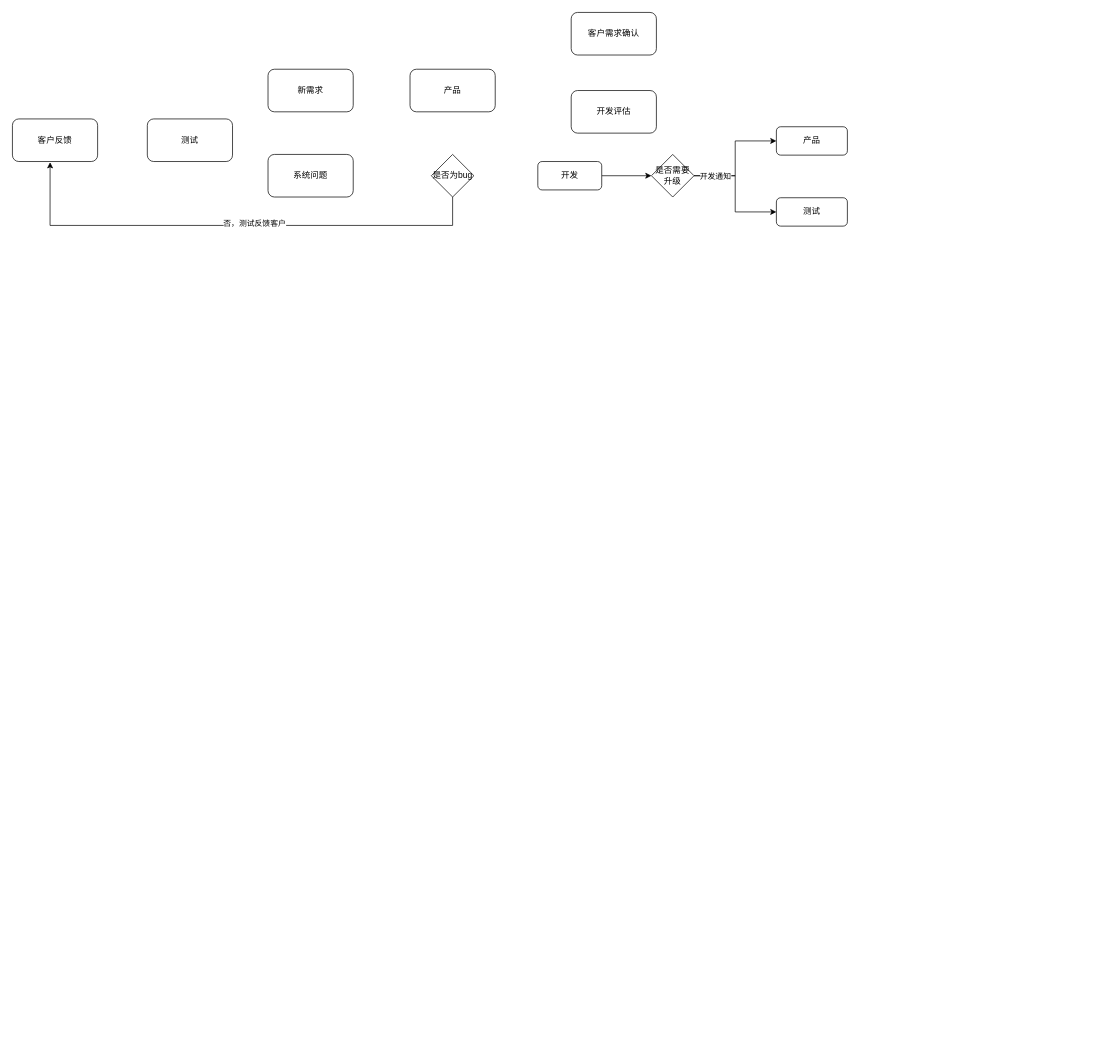
Before: 蕴业生产问题处理流程.drawio in ammengke/my-drawio, a draw.io diagram. Source tidied: cells renumbered, new cells numbered last; positions are measured from the earlier drawing's top-left corner, leaving out a move shared by most shapes. Both pictures are drawn from the tidied source at 71%, with x=0, y=0 at pixel (12, 12).
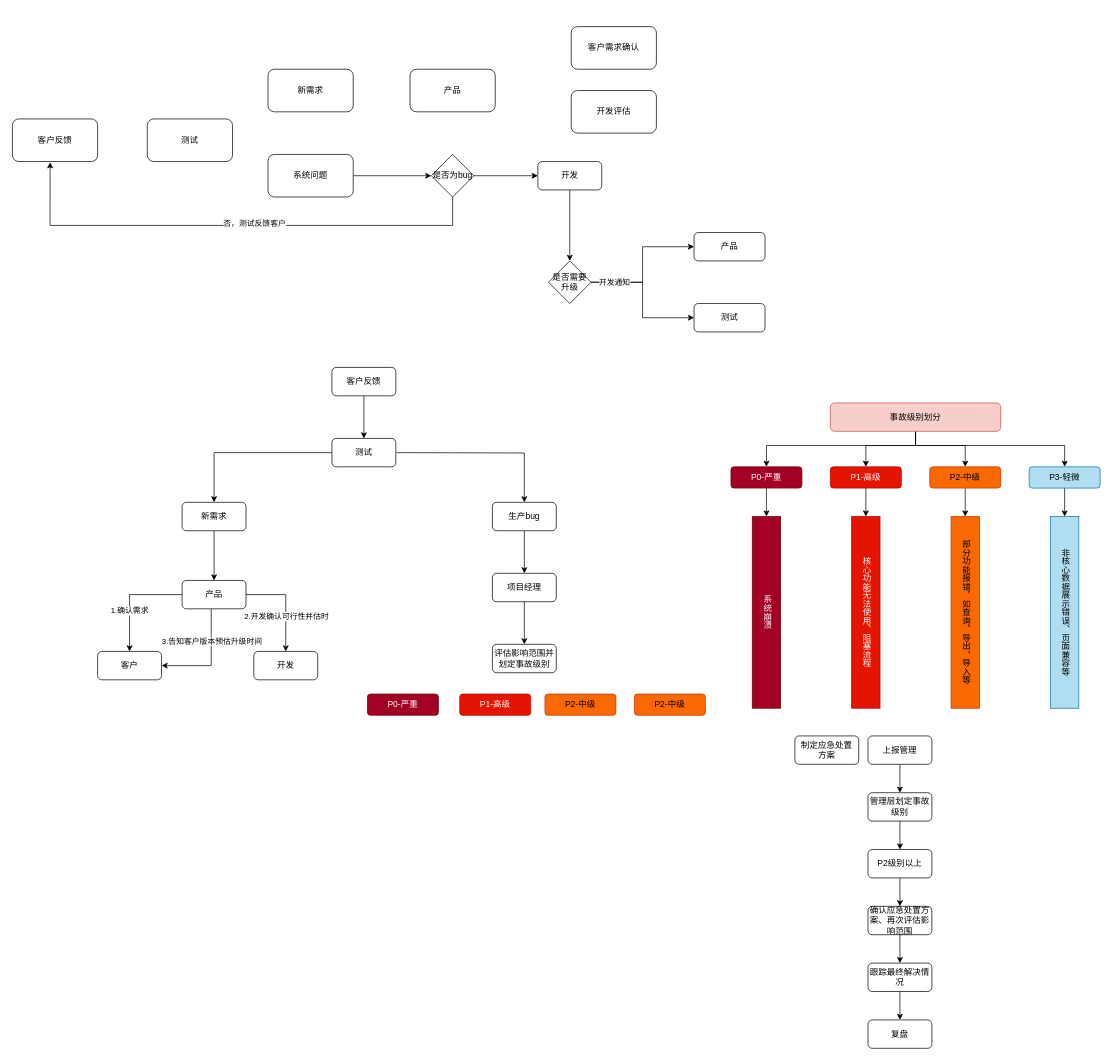
The same page after the edit.

Commit message (it also covers changes not shown here):
更新蕴业生产问题处理流程.drawio

The change refers to these unchanged cells:
```xml
<mxCell id="5" value="系统问题" style="rounded=1;whiteSpace=wrap;html=1;" parent="1" vertex="1">
  <mxGeometry x="360" y="200" width="120" height="60" as="geometry" />
</mxCell>
<mxCell id="9" value="是否为bug" style="rhombus;whiteSpace=wrap;html=1;" parent="1" vertex="1">
  <mxGeometry x="590" y="200" width="60" height="60" as="geometry" />
</mxCell>
<mxCell id="11" value="开发" style="rounded=1;whiteSpace=wrap;html=1;" parent="1" vertex="1">
  <mxGeometry x="740" y="210" width="90" height="40" as="geometry" />
</mxCell>
```

The edit, as a diff of the source:
```diff
@@
+    <mxCell id="20" style="edgeStyle=orthogonalEdgeStyle;rounded=0;jettySize=auto;html=1;entryX=0;entryY=0.5;entryDx=0;entryDy=0;" parent="1" edge="1" source="5" target="9">
+      <mxGeometry relative="1" as="geometry" />
+    </mxCell>
@@
     <mxCell id="7" value="客户需求确认" style="rounded=1;whiteSpace=wrap;html=1;" parent="1" vertex="1">
-      <mxGeometry x="787" width="120" height="60" as="geometry" />
+      <mxGeometry x="787" y="20" width="120" height="60" as="geometry" />
     </mxCell>
@@
+    <mxCell id="21" style="edgeStyle=orthogonalEdgeStyle;rounded=0;jettySize=auto;html=1;" parent="1" edge="1" source="9" target="11">
+      <mxGeometry relative="1" as="geometry" />
+    </mxCell>
@@
-    <mxCell id="10" style="edgeStyle=orthogonalEdgeStyle;rounded=0;jettySize=auto;html=1;entryX=0;entryY=0.5;entryDx=0;entryDy=0;" parent="1" edge="1" source="11" target="17">
+    <mxCell id="10" style="edgeStyle=orthogonalEdgeStyle;rounded=0;jettySize=auto;html=1;" parent="1" edge="1" source="11" target="17">
       <mxGeometry relative="1" as="geometry" />
     </mxCell>
@@
     <mxCell id="17" value="是否需要升级" style="rhombus;whiteSpace=wrap;html=1;" parent="1" vertex="1">
-      <mxGeometry x="900" y="200" width="60" height="60" as="geometry" />
+      <mxGeometry x="755" y="350" width="60" height="60" as="geometry" />
     </mxCell>
     <mxCell id="18" value="产品" style="rounded=1;whiteSpace=wrap;html=1;" parent="1" vertex="1">
-      <mxGeometry x="1076" y="161" width="100" height="40" as="geometry" />
+      <mxGeometry x="960" y="310" width="100" height="40" as="geometry" />
     </mxCell>
     <mxCell id="19" value="测试" style="rounded=1;whiteSpace=wrap;html=1;" parent="1" vertex="1">
-      <mxGeometry x="1076" y="261" width="100" height="40" as="geometry" />
+      <mxGeometry x="960" y="410" width="100" height="40" as="geometry" />
     </mxCell>
+    <mxCell id="22" style="edgeStyle=orthogonalEdgeStyle;rounded=0;jettySize=auto;html=1;" parent="1" edge="1" source="23" target="26">
+      <mxGeometry relative="1" as="geometry" />
+    </mxCell>
+    <mxCell id="23" value="客户反馈" style="rounded=1;whiteSpace=wrap;html=1;" parent="1" vertex="1">
+      <mxGeometry x="450" y="500" width="90" height="40" as="geometry" />
+    </mxCell>
+    <mxCell id="24" style="edgeStyle=orthogonalEdgeStyle;rounded=0;jettySize=auto;html=1;" parent="1" edge="1" source="26" target="28">
+      <mxGeometry relative="1" as="geometry" />
+    </mxCell>
+    <mxCell id="25" style="edgeStyle=orthogonalEdgeStyle;rounded=0;jettySize=auto;html=1;entryX=0.5;entryY=0;entryDx=0;entryDy=0;" parent="1" edge="1" target="30">
+      <mxGeometry relative="1" as="geometry">
+        <mxPoint x="541" y="620" as="sourcePoint" />
+      </mxGeometry>
+    </mxCell>
+    <mxCell id="26" value="测试" style="rounded=1;whiteSpace=wrap;html=1;" parent="1" vertex="1">
+      <mxGeometry x="450" y="600" width="90" height="40" as="geometry" />
+    </mxCell>
+    <mxCell id="27" style="edgeStyle=orthogonalEdgeStyle;rounded=0;jettySize=auto;html=1;entryX=0.5;entryY=0;entryDx=0;entryDy=0;" parent="1" edge="1" source="28" target="37">
+      <mxGeometry relative="1" as="geometry" />
+    </mxCell>
+    <mxCell id="28" value="新需求" style="rounded=1;whiteSpace=wrap;html=1;" parent="1" vertex="1">
+      <mxGeometry x="239" y="690" width="90" height="40" as="geometry" />
+    </mxCell>
+    <mxCell id="29" style="edgeStyle=orthogonalEdgeStyle;rounded=0;jettySize=auto;html=1;entryX=0.5;entryY=0;entryDx=0;entryDy=0;" parent="1" edge="1" source="30" target="41">
+      <mxGeometry relative="1" as="geometry" />
+    </mxCell>
+    <mxCell id="30" value="生产bug" style="rounded=1;whiteSpace=wrap;html=1;" parent="1" vertex="1">
+      <mxGeometry x="676" y="690" width="90" height="40" as="geometry" />
+    </mxCell>
+    <mxCell id="31" style="edgeStyle=orthogonalEdgeStyle;rounded=0;jettySize=auto;html=1;" parent="1" edge="1" source="37" target="38">
+      <mxGeometry relative="1" as="geometry" />
+    </mxCell>
+    <mxCell id="32" value="1.确认需求" style="edgeLabel;html=1;align=center;verticalAlign=middle;" parent="31" vertex="1">
+      <mxGeometry x="0.25" y="-1" relative="1" as="geometry" />
+    </mxCell>
+    <mxCell id="33" style="edgeStyle=orthogonalEdgeStyle;rounded=0;jettySize=auto;html=1;" parent="1" edge="1" source="37" target="39">
+      <mxGeometry relative="1" as="geometry" />
+    </mxCell>
+    <mxCell id="34" value="2.开发确认可行性并估时" style="edgeLabel;html=1;align=center;verticalAlign=middle;" parent="33" vertex="1">
+      <mxGeometry x="-0.06" y="1" relative="1" as="geometry">
+        <mxPoint x="-1" y="22" as="offset" />
+      </mxGeometry>
+    </mxCell>
+    <mxCell id="35" style="edgeStyle=orthogonalEdgeStyle;rounded=0;jettySize=auto;html=1;entryX=1;entryY=0.5;entryDx=0;entryDy=0;" parent="1" edge="1" source="37" target="38">
+      <mxGeometry relative="1" as="geometry">
+        <Array as="points">
+          <mxPoint x="280" y="920" />
+        </Array>
+      </mxGeometry>
+    </mxCell>
+    <mxCell id="36" value="3.告知客户版本预估升级时间" style="edgeLabel;html=1;align=center;verticalAlign=middle;" parent="35" vertex="1">
+      <mxGeometry x="-0.4" relative="1" as="geometry" />
+    </mxCell>
+    <mxCell id="37" value="产品" style="rounded=1;whiteSpace=wrap;html=1;" parent="1" vertex="1">
+      <mxGeometry x="239" y="800" width="90" height="40" as="geometry" />
+    </mxCell>
+    <mxCell id="38" value="客户" style="rounded=1;whiteSpace=wrap;html=1;" parent="1" vertex="1">
+      <mxGeometry x="120" y="900" width="90" height="40" as="geometry" />
+    </mxCell>
+    <mxCell id="39" value="开发" style="rounded=1;whiteSpace=wrap;html=1;" parent="1" vertex="1">
+      <mxGeometry x="340" y="900" width="90" height="40" as="geometry" />
+    </mxCell>
+    <mxCell id="40" style="edgeStyle=orthogonalEdgeStyle;rounded=0;jettySize=auto;html=1;entryX=0.5;entryY=0;entryDx=0;entryDy=0;" parent="1" edge="1" source="41" target="59">
+      <mxGeometry relative="1" as="geometry" />
+    </mxCell>
+    <mxCell id="41" value="项目经理" style="rounded=1;whiteSpace=wrap;html=1;" parent="1" vertex="1">
+      <mxGeometry x="676" y="790" width="90" height="40" as="geometry" />
+    </mxCell>
+    <mxCell id="42" style="edgeStyle=orthogonalEdgeStyle;rounded=0;jettySize=auto;html=1;entryX=0.5;entryY=0;entryDx=0;entryDy=0;" parent="1" edge="1" source="46" target="48">
+      <mxGeometry relative="1" as="geometry">
+        <Array as="points">
+          <mxPoint x="1272" y="610" />
+          <mxPoint x="1062" y="610" />
+        </Array>
+      </mxGeometry>
+    </mxCell>
+    <mxCell id="43" style="edgeStyle=orthogonalEdgeStyle;rounded=0;jettySize=auto;html=1;entryX=0.5;entryY=0;entryDx=0;entryDy=0;" parent="1" edge="1" source="46" target="50">
+      <mxGeometry relative="1" as="geometry">
+        <Array as="points">
+          <mxPoint x="1272" y="610" />
+          <mxPoint x="1202" y="610" />
+        </Array>
+      </mxGeometry>
+    </mxCell>
+    <mxCell id="44" style="edgeStyle=orthogonalEdgeStyle;rounded=0;jettySize=auto;html=1;entryX=0.5;entryY=0;entryDx=0;entryDy=0;" parent="1" edge="1" source="46" target="52">
+      <mxGeometry relative="1" as="geometry">
+        <Array as="points">
+          <mxPoint x="1272" y="610" />
+          <mxPoint x="1342" y="610" />
+        </Array>
+      </mxGeometry>
+    </mxCell>
+    <mxCell id="45" style="edgeStyle=orthogonalEdgeStyle;rounded=0;jettySize=auto;html=1;entryX=0.5;entryY=0;entryDx=0;entryDy=0;" parent="1" edge="1" source="46" target="54">
+      <mxGeometry relative="1" as="geometry">
+        <Array as="points">
+          <mxPoint x="1272" y="610" />
+          <mxPoint x="1482" y="610" />
+        </Array>
+      </mxGeometry>
+    </mxCell>
+    <mxCell id="46" value="事故级别划分" style="rounded=1;whiteSpace=wrap;html=1;fillColor=#f8cecc;strokeColor=#b85450;" parent="1" vertex="1">
+      <mxGeometry x="1152" y="550" width="240" height="40" as="geometry" />
+    </mxCell>
+    <mxCell id="47" style="edgeStyle=orthogonalEdgeStyle;rounded=0;jettySize=auto;html=1;" parent="1" edge="1" source="48" target="55">
+      <mxGeometry relative="1" as="geometry" />
+    </mxCell>
+    <mxCell id="48" value="P0-严重" style="rounded=1;whiteSpace=wrap;html=1;fillColor=#a20025;fontColor=#ffffff;strokeColor=#6F0000;" parent="1" vertex="1">
+      <mxGeometry x="1012" y="640" width="100" height="30" as="geometry" />
+    </mxCell>
+    <mxCell id="49" style="edgeStyle=orthogonalEdgeStyle;rounded=0;jettySize=auto;html=1;entryX=0.5;entryY=0;entryDx=0;entryDy=0;" parent="1" edge="1" source="50" target="56">
+      <mxGeometry relative="1" as="geometry" />
+    </mxCell>
+    <mxCell id="50" value="P1-高级" style="rounded=1;whiteSpace=wrap;html=1;fillColor=#e51400;fontColor=#ffffff;strokeColor=#B20000;" parent="1" vertex="1">
+      <mxGeometry x="1152" y="640" width="100" height="30" as="geometry" />
+    </mxCell>
+    <mxCell id="51" style="edgeStyle=orthogonalEdgeStyle;rounded=0;jettySize=auto;html=1;" parent="1" edge="1" source="52" target="57">
+      <mxGeometry relative="1" as="geometry" />
+    </mxCell>
+    <mxCell id="52" value="P2-中级" style="rounded=1;whiteSpace=wrap;html=1;fillColor=#fa6800;fontColor=#000000;strokeColor=#C73500;" parent="1" vertex="1">
+      <mxGeometry x="1292" y="640" width="100" height="30" as="geometry" />
+    </mxCell>
+    <mxCell id="53" style="edgeStyle=orthogonalEdgeStyle;rounded=0;jettySize=auto;html=1;entryX=0.5;entryY=0;entryDx=0;entryDy=0;" parent="1" edge="1" source="54" target="58">
+      <mxGeometry relative="1" as="geometry" />
+    </mxCell>
+    <mxCell id="54" value="P3-轻微" style="rounded=1;whiteSpace=wrap;html=1;fillColor=#b1ddf0;strokeColor=#10739e;" parent="1" vertex="1">
+      <mxGeometry x="1432" y="640" width="100" height="30" as="geometry" />
+    </mxCell>
+    <mxCell id="55" value="系统崩溃" style="rounded=0;whiteSpace=wrap;html=1;horizontal=1;textDirection=vertical-lr;fillColor=#a20025;fontColor=#ffffff;strokeColor=#6F0000;" parent="1" vertex="1">
+      <mxGeometry x="1042" y="710" width="40" height="270" as="geometry" />
+    </mxCell>
+    <mxCell id="56" value="核心功能无法使用、阻塞流程" style="rounded=0;whiteSpace=wrap;html=1;horizontal=1;textDirection=vertical-lr;fillColor=#e51400;fontColor=#ffffff;strokeColor=#B20000;" parent="1" vertex="1">
+      <mxGeometry x="1182" y="710" width="40" height="270" as="geometry" />
+    </mxCell>
+    <mxCell id="57" value="部分功能报错，如查询、导出、导入等" style="rounded=0;whiteSpace=wrap;html=1;horizontal=1;textDirection=vertical-lr;fillColor=#fa6800;fontColor=#000000;strokeColor=#C73500;" parent="1" vertex="1">
+      <mxGeometry x="1322" y="710" width="40" height="270" as="geometry" />
+    </mxCell>
+    <mxCell id="58" value="非核心数据展示错误、页面兼容等" style="rounded=0;whiteSpace=wrap;html=1;horizontal=1;textDirection=vertical-lr;fillColor=#b1ddf0;strokeColor=#10739e;" parent="1" vertex="1">
+      <mxGeometry x="1462" y="710" width="40" height="270" as="geometry" />
+    </mxCell>
+    <mxCell id="59" value="评估影响范围并划定事故级别" style="rounded=1;whiteSpace=wrap;html=1;" parent="1" vertex="1">
+      <mxGeometry x="676" y="890" width="90" height="40" as="geometry" />
+    </mxCell>
+    <mxCell id="60" value="制定应急处置&lt;div&gt;方案&lt;/div&gt;" style="rounded=1;whiteSpace=wrap;html=1;" parent="1" vertex="1">
+      <mxGeometry x="1102" y="1019" width="90" height="40" as="geometry" />
+    </mxCell>
+    <mxCell id="61" style="edgeStyle=orthogonalEdgeStyle;rounded=0;jettySize=auto;html=1;" parent="1" edge="1" source="62" target="64">
+      <mxGeometry relative="1" as="geometry" />
+    </mxCell>
+    <mxCell id="62" value="上报管理" style="rounded=1;whiteSpace=wrap;html=1;" parent="1" vertex="1">
+      <mxGeometry x="1205" y="1019" width="90" height="40" as="geometry" />
+    </mxCell>
+    <mxCell id="63" style="edgeStyle=orthogonalEdgeStyle;rounded=0;jettySize=auto;html=1;" parent="1" edge="1" source="64" target="66">
+      <mxGeometry relative="1" as="geometry" />
+    </mxCell>
+    <mxCell id="64" value="管理层划定事故级别" style="rounded=1;whiteSpace=wrap;html=1;" parent="1" vertex="1">
+      <mxGeometry x="1205" y="1099" width="90" height="40" as="geometry" />
+    </mxCell>
+    <mxCell id="65" style="edgeStyle=orthogonalEdgeStyle;rounded=0;jettySize=auto;html=1;entryX=0.5;entryY=0;entryDx=0;entryDy=0;" parent="1" edge="1" source="66" target="68">
+      <mxGeometry relative="1" as="geometry" />
+    </mxCell>
+    <mxCell id="66" value="P2级别以上" style="rounded=1;whiteSpace=wrap;html=1;" parent="1" vertex="1">
+      <mxGeometry x="1205" y="1179" width="90" height="40" as="geometry" />
+    </mxCell>
+    <mxCell id="67" style="edgeStyle=orthogonalEdgeStyle;rounded=0;jettySize=auto;html=1;" parent="1" edge="1" source="68" target="70">
+      <mxGeometry relative="1" as="geometry" />
+    </mxCell>
+    <mxCell id="68" value="确认应急处置方案、再次评估影响范围" style="rounded=1;whiteSpace=wrap;html=1;" parent="1" vertex="1">
+      <mxGeometry x="1205" y="1259" width="90" height="40" as="geometry" />
+    </mxCell>
+    <mxCell id="69" style="edgeStyle=orthogonalEdgeStyle;rounded=0;jettySize=auto;html=1;" parent="1" edge="1" source="70" target="71">
+      <mxGeometry relative="1" as="geometry" />
+    </mxCell>
+    <mxCell id="70" value="跟踪最终解决情况" style="rounded=1;whiteSpace=wrap;html=1;" parent="1" vertex="1">
+      <mxGeometry x="1205" y="1339" width="90" height="40" as="geometry" />
+    </mxCell>
+    <mxCell id="71" value="复盘" style="rounded=1;whiteSpace=wrap;html=1;" parent="1" vertex="1">
+      <mxGeometry x="1205" y="1419" width="90" height="40" as="geometry" />
+    </mxCell>
+    <mxCell id="72" value="P0-严重" style="rounded=1;whiteSpace=wrap;html=1;fillColor=#a20025;fontColor=#ffffff;strokeColor=#6F0000;" parent="1" vertex="1">
+      <mxGeometry x="500" y="960" width="100" height="30" as="geometry" />
+    </mxCell>
+    <mxCell id="73" value="P1-高级" style="rounded=1;whiteSpace=wrap;html=1;fillColor=#e51400;fontColor=#ffffff;strokeColor=#B20000;" parent="1" vertex="1">
+      <mxGeometry x="630" y="960" width="100" height="30" as="geometry" />
+    </mxCell>
+    <mxCell id="74" value="P2-中级" style="rounded=1;whiteSpace=wrap;html=1;fillColor=#fa6800;fontColor=#000000;strokeColor=#C73500;" parent="1" vertex="1">
+      <mxGeometry x="750" y="960" width="100" height="30" as="geometry" />
+    </mxCell>
+    <mxCell id="75" value="P2-中级" style="rounded=1;whiteSpace=wrap;html=1;fillColor=#fa6800;fontColor=#000000;strokeColor=#C73500;" parent="1" vertex="1">
+      <mxGeometry x="876" y="960" width="100" height="30" as="geometry" />
+    </mxCell>
```
